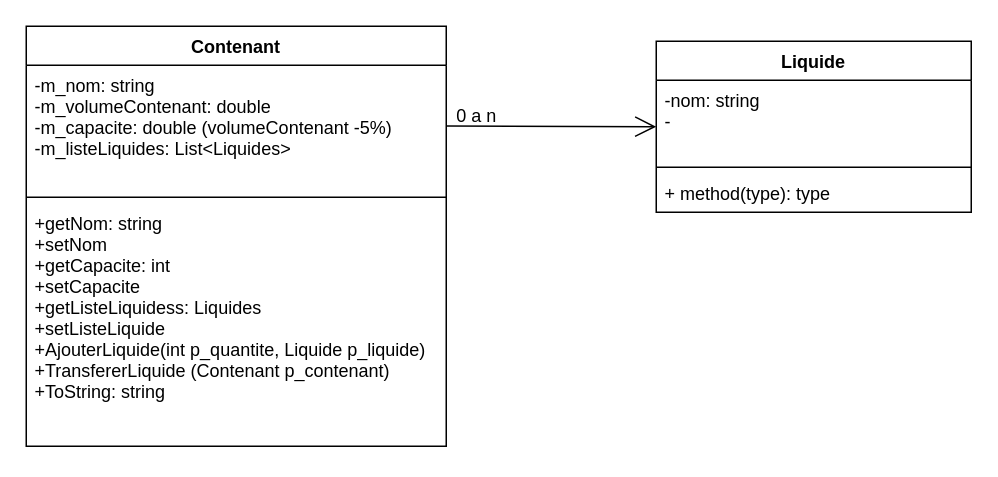
The draw.io diagram diagramme.drawio in laurentfaggin/revision_poo1, before the edit. Source tidied: cells renumbered, new cells numbered last; positions are measured from the earlier drawing's top-left corner, leaving out a move shared by most shapes. Both pictures are drawn from the tidied source at 150%, with x=0, y=0 at pixel (26, 26).
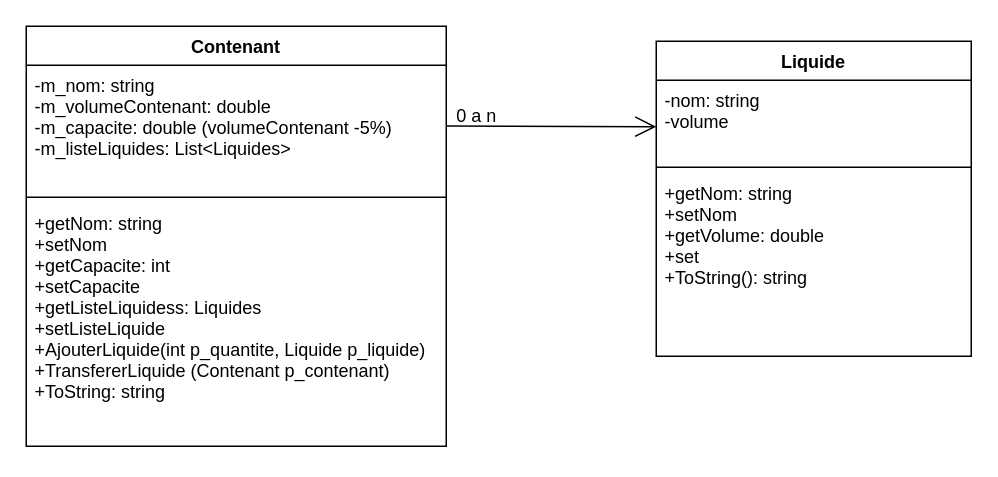
Above is the later version.

Commit message:
diagramme fini

What changed in the source:
```diff
@@
 <mxGraphModel>
   <root>
     <mxCell id="0" />
     <mxCell id="1" parent="0" />
     <mxCell id="2" value="Contenant" style="swimlane;fontStyle=1;align=center;verticalAlign=top;horizontal=1;startSize=26;" parent="1" vertex="1">
       <mxGeometry width="280" height="280" as="geometry" />
     </mxCell>
     <mxCell id="3" value="-m_nom: string&#10;-m_volumeContenant: double&#10;-m_capacite: double (volumeContenant -5%)&#10;-m_listeLiquides: List&lt;Liquides&gt;" style="text;strokeColor=none;fillColor=none;align=left;verticalAlign=top;spacingLeft=4;spacingRight=4;overflow=hidden;" parent="2" vertex="1">
       <mxGeometry y="26" width="280" height="84" as="geometry" />
     </mxCell>
     <mxCell id="4" style="line;strokeWidth=1;fillColor=none;align=left;verticalAlign=middle;spacingTop=-1;spacingLeft=3;spacingRight=3;labelPosition=right;strokeColor=inherit;" parent="2" vertex="1">
       <mxGeometry y="110" width="280" height="8" as="geometry" />
     </mxCell>
     <mxCell id="5" value="+getNom: string&#10;+setNom&#10;+getCapacite: int&#10;+setCapacite&#10;+getListeLiquidess: Liquides&#10;+setListeLiquide&#10;+AjouterLiquide(int p_quantite, Liquide p_liquide)&#10;+TransfererLiquide (Contenant p_contenant)&#10;+ToString: string&#10;&#10;" style="text;strokeColor=none;fillColor=none;align=left;verticalAlign=top;spacingLeft=4;spacingRight=4;overflow=hidden;" parent="2" vertex="1">
       <mxGeometry y="118" width="280" height="162" as="geometry" />
     </mxCell>
     <mxCell id="6" value="Liquide" style="swimlane;fontStyle=1;align=center;verticalAlign=top;horizontal=1;startSize=26;" parent="1" vertex="1">
-      <mxGeometry x="420" y="10" width="210" height="114" as="geometry" />
+      <mxGeometry x="420" y="10" width="210" height="210" as="geometry" />
     </mxCell>
-    <mxCell id="7" value="-nom: string&#10;-" style="text;strokeColor=none;fillColor=none;align=left;verticalAlign=top;spacingLeft=4;spacingRight=4;overflow=hidden;" parent="6" vertex="1">
+    <mxCell id="7" value="-nom: string&#10;-volume" style="text;strokeColor=none;fillColor=none;align=left;verticalAlign=top;spacingLeft=4;spacingRight=4;overflow=hidden;" parent="6" vertex="1">
       <mxGeometry y="26" width="210" height="54" as="geometry" />
     </mxCell>
     <mxCell id="8" style="line;strokeWidth=1;fillColor=none;align=left;verticalAlign=middle;spacingTop=-1;spacingLeft=3;spacingRight=3;labelPosition=right;strokeColor=inherit;" parent="6" vertex="1">
       <mxGeometry y="80" width="210" height="8" as="geometry" />
     </mxCell>
-    <mxCell id="9" value="+ method(type): type" style="text;strokeColor=none;fillColor=none;align=left;verticalAlign=top;spacingLeft=4;spacingRight=4;overflow=hidden;" parent="6" vertex="1">
-      <mxGeometry y="88" width="210" height="26" as="geometry" />
+    <mxCell id="9" value="+getNom: string&#10;+setNom&#10;+getVolume: double&#10;+set&#10;+ToString(): string" style="text;strokeColor=none;fillColor=none;align=left;verticalAlign=top;spacingLeft=4;spacingRight=4;overflow=hidden;" parent="6" vertex="1">
+      <mxGeometry y="88" width="210" height="122" as="geometry" />
     </mxCell>
     <mxCell id="10" style="endArrow=open;endFill=1;endSize=12;html=1;" parent="1" edge="1">
       <mxGeometry relative="1" as="geometry">
         <mxPoint x="280" y="66.5" as="sourcePoint" />
         <mxPoint x="420" y="67" as="targetPoint" />
       </mxGeometry>
     </mxCell>
     <mxCell id="11" value="0 a n&lt;br&gt;" style="text;html=1;align=center;verticalAlign=middle;strokeColor=none;fillColor=none;" parent="1" vertex="1">
       <mxGeometry x="275" y="45" width="50" height="30" as="geometry" />
     </mxCell>
   </root>
 </mxGraphModel>
```
